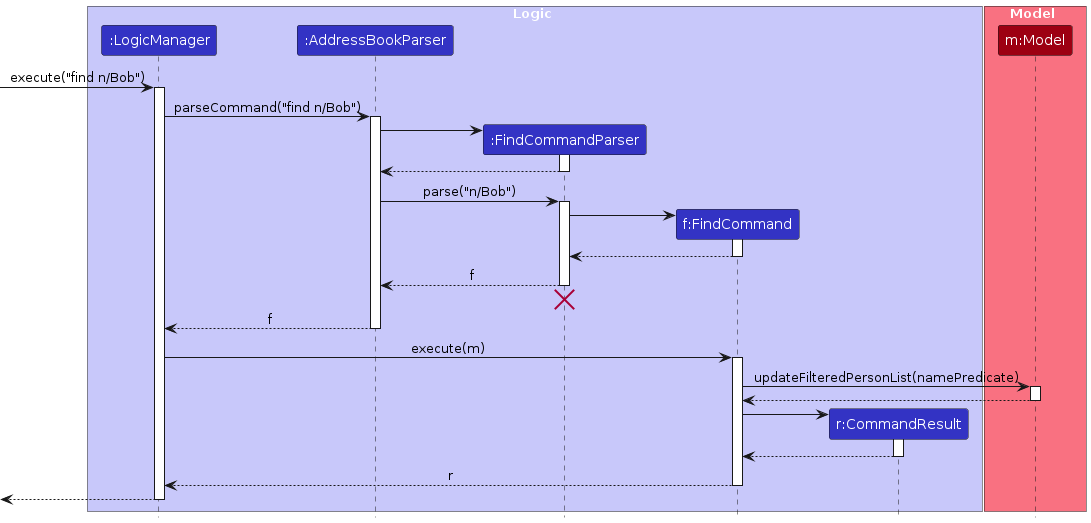
AY2324S2-CS2103T-T14-2/tp keeps this PlantUML diagram as diagrams/FindSequenceDiagram.png. Above is the earlier version. Its source is kept beside it as diagrams/FindSequenceDiagram.puml. Its diagram source:
```plantuml
@startuml
!include style.puml
skinparam ArrowFontStyle plain

box Logic LOGIC_COLOR_T1
participant ":LogicManager" as LogicManager LOGIC_COLOR
participant ":AddressBookParser" as AddressBookParser LOGIC_COLOR
participant ":FindCommandParser" as FindCommandParser LOGIC_COLOR
participant "f:FindCommand" as FindCommand LOGIC_COLOR
participant "r:CommandResult" as CommandResult LOGIC_COLOR
end box

box Model MODEL_COLOR_T1
participant "m:Model" as Model MODEL_COLOR
end box

[-> LogicManager : execute("find n/Bob")
activate LogicManager

LogicManager -> AddressBookParser : parseCommand("find n/Bob")
activate AddressBookParser

create FindCommandParser
AddressBookParser -> FindCommandParser
activate FindCommandParser

FindCommandParser --> AddressBookParser
deactivate FindCommandParser

AddressBookParser -> FindCommandParser : parse("n/Bob")
activate FindCommandParser

create FindCommand
FindCommandParser -> FindCommand
activate FindCommand

FindCommand --> FindCommandParser :
deactivate FindCommand

FindCommandParser --> AddressBookParser : f
deactivate FindCommandParser
FindCommandParser -[hidden]-> AddressBookParser
destroy FindCommandParser

AddressBookParser --> LogicManager : f
deactivate AddressBookParser

LogicManager -> FindCommand : execute(m)
activate FindCommand

FindCommand -> Model : updateFilteredPersonList(namePredicate)
activate Model

Model --> FindCommand
deactivate Model

create CommandResult
FindCommand -> CommandResult
activate CommandResult

CommandResult --> FindCommand
deactivate CommandResult

FindCommand --> LogicManager : r
deactivate FindCommand

[<--LogicManager
deactivate LogicManager
@enduml
```
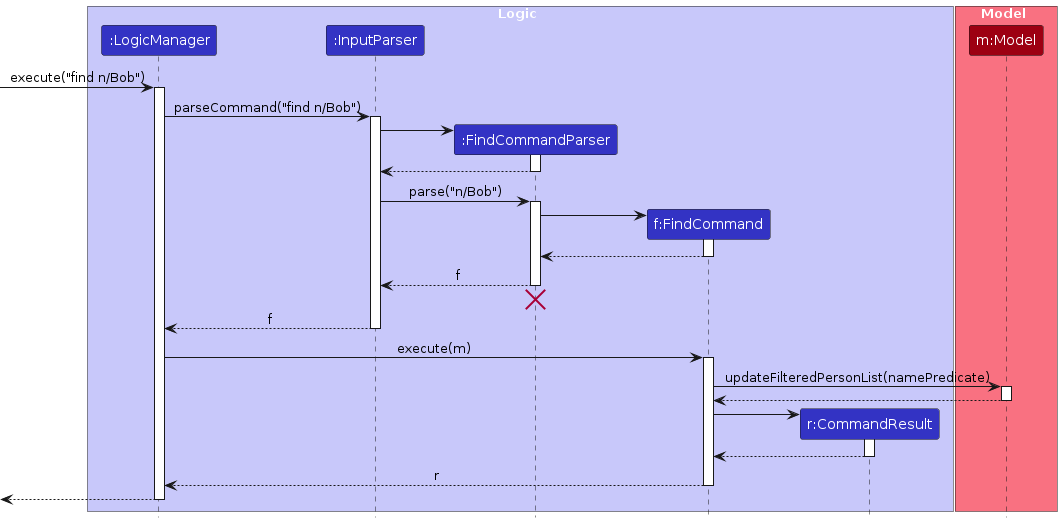
Later version of the same file.

Diff of the diagram source:
```diff
@@ -4,7 +4,7 @@
 
 box Logic LOGIC_COLOR_T1
 participant ":LogicManager" as LogicManager LOGIC_COLOR
-participant ":AddressBookParser" as AddressBookParser LOGIC_COLOR
+participant ":InputParser" as InputParser LOGIC_COLOR
 participant ":FindCommandParser" as FindCommandParser LOGIC_COLOR
 participant "f:FindCommand" as FindCommand LOGIC_COLOR
 participant "r:CommandResult" as CommandResult LOGIC_COLOR
@@ -17,17 +17,17 @@
 [-> LogicManager : execute("find n/Bob")
 activate LogicManager
 
-LogicManager -> AddressBookParser : parseCommand("find n/Bob")
-activate AddressBookParser
+LogicManager -> InputParser : parseCommand("find n/Bob")
+activate InputParser
 
 create FindCommandParser
-AddressBookParser -> FindCommandParser
+InputParser -> FindCommandParser
 activate FindCommandParser
 
-FindCommandParser --> AddressBookParser
+FindCommandParser --> InputParser
 deactivate FindCommandParser
 
-AddressBookParser -> FindCommandParser : parse("n/Bob")
+InputParser -> FindCommandParser : parse("n/Bob")
 activate FindCommandParser
 
 create FindCommand
@@ -37,13 +37,13 @@
 FindCommand --> FindCommandParser :
 deactivate FindCommand
 
-FindCommandParser --> AddressBookParser : f
+FindCommandParser --> InputParser : f
 deactivate FindCommandParser
-FindCommandParser -[hidden]-> AddressBookParser
+FindCommandParser -[hidden]-> InputParser
 destroy FindCommandParser
 
-AddressBookParser --> LogicManager : f
-deactivate AddressBookParser
+InputParser --> LogicManager : f
+deactivate InputParser
 
 LogicManager -> FindCommand : execute(m)
 activate FindCommand
```
